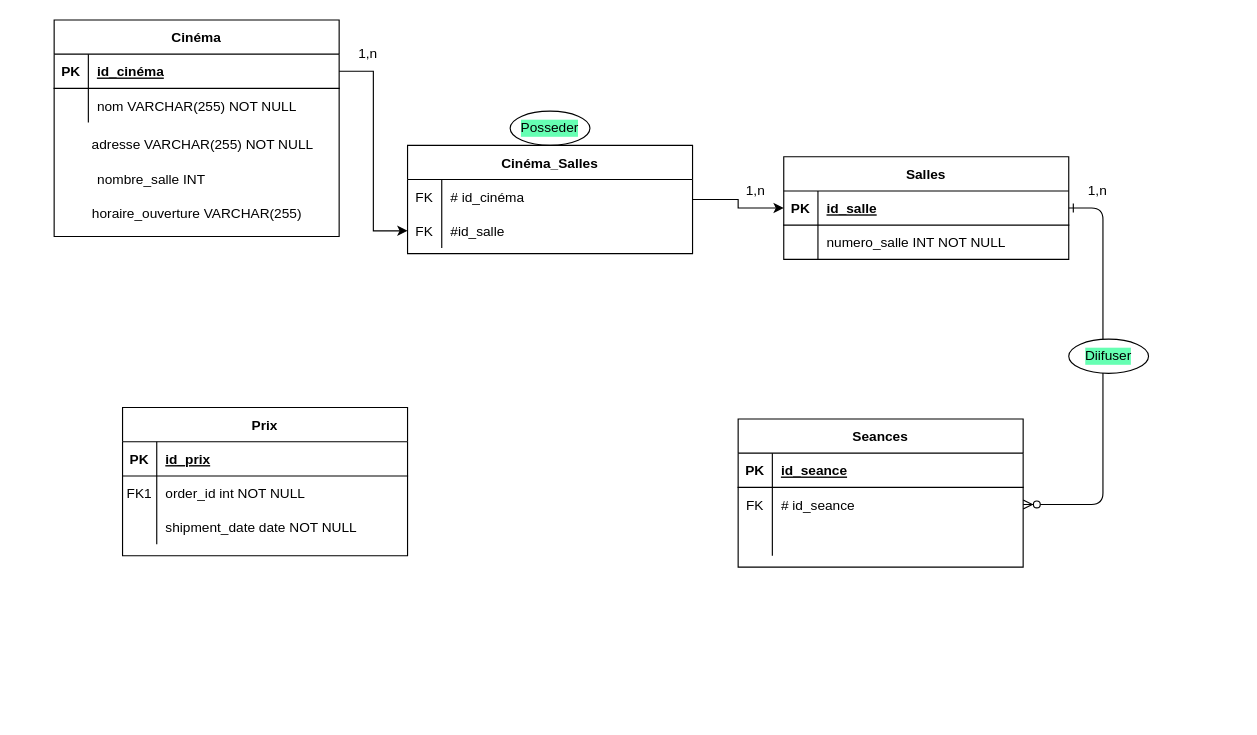
The draw.io diagram Untitled Diagram.drawio in DumeGrisoni/Base_de_donnees_Cinema, before the edit. Source tidied: cells renumbered, new cells numbered last; positions are measured from the earlier drawing's top-left corner, leaving out a move shared by most shapes. Both pictures are drawn from the tidied source at 114%, with x=0, y=0 at pixel (54, 19).
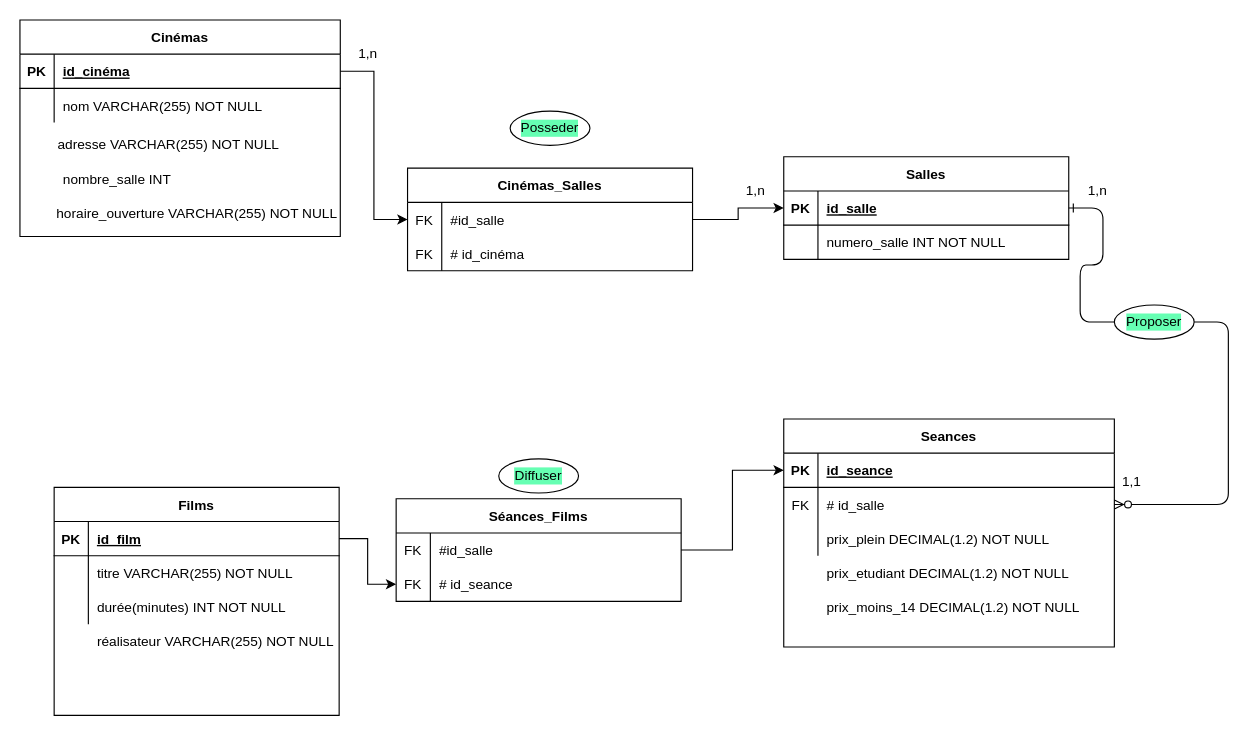
Above is the later version.

Unchanged cells that the change refers to:
```xml
<mxCell id="4" style="shape=partialRectangle;fillColor=none;points=[[0,0.5],[1,0.5]];portConstraint=eastwest;top=0;left=0;right=0;bottom=1;" parent="3" vertex="1">
  <mxGeometry y="30" width="250" height="30" as="geometry" />
</mxCell>
<mxCell id="28" style="shape=partialRectangle;fillColor=none;points=[[0,0.5],[1,0.5]];portConstraint=eastwest;top=0;left=0;right=0;bottom=1;" parent="27" vertex="1">
  <mxGeometry y="30" width="250" height="30" as="geometry" />
</mxCell>
<mxCell id="31" style="shape=partialRectangle;fillColor=none;top=0;left=0;right=0;bottom=0;" parent="27" vertex="1">
  <mxGeometry y="60" width="250" height="30" as="geometry" />
</mxCell>
<mxCell id="34" style="shape=partialRectangle;fillColor=none;top=0;left=0;right=0;bottom=0;" parent="27" vertex="1">
  <mxGeometry y="90" width="250" height="30" as="geometry" />
</mxCell>
```

What changed in the source:
```diff
@@
-    <mxCell id="2" style="edgeStyle=entityRelationEdgeStyle;endArrow=ERzeroToMany;startArrow=ERone;endFill=1;startFill=0;" parent="1" edge="1" source="4" target="14">
+    <mxCell id="2" style="edgeStyle=entityRelationEdgeStyle;endArrow=ERzeroToMany;startArrow=none;endFill=1;startFill=0;" parent="1" edge="1" source="67" target="14">
       <mxGeometry relative="1" as="geometry" />
     </mxCell>
@@
     <mxCell id="10" value="Seances" style="shape=table;startSize=30;childLayout=tableLayout;rowLines=0;fontStyle=1;align=center;" parent="1" vertex="1">
-      <mxGeometry x="600" y="350" width="250" height="130" as="geometry" />
+      <mxGeometry x="640" y="350" width="290" height="200" as="geometry" />
     </mxCell>
     <mxCell id="11" style="shape=partialRectangle;fillColor=none;points=[[0,0.5],[1,0.5]];portConstraint=eastwest;top=0;left=0;right=0;bottom=1;" parent="10" vertex="1">
-      <mxGeometry y="30" width="250" height="30" as="geometry" />
+      <mxGeometry y="30" width="290" height="30" as="geometry" />
     </mxCell>
@@
     <mxCell id="13" value="id_seance" style="shape=partialRectangle;overflow=hidden;fillColor=none;top=0;left=0;bottom=0;right=0;align=left;spacingLeft=6;fontStyle=5;" parent="11" vertex="1">
-      <mxGeometry x="30" width="220" height="30" as="geometry" />
+      <mxGeometry x="30" width="260" height="30" as="geometry" />
     </mxCell>
     <mxCell id="14" style="shape=partialRectangle;fillColor=none;points=[[0,0.5],[1,0.5]];portConstraint=eastwest;top=0;left=0;right=0;bottom=0;" parent="10" vertex="1">
-      <mxGeometry y="60" width="250" height="30" as="geometry" />
+      <mxGeometry y="60" width="290" height="30" as="geometry" />
     </mxCell>
@@
-    <mxCell id="16" value="# id_seance" style="shape=partialRectangle;overflow=hidden;fillColor=none;top=0;left=0;bottom=0;right=0;align=left;spacingLeft=6;" parent="14" vertex="1">
-      <mxGeometry x="30" width="220" height="30" as="geometry" />
+    <mxCell id="16" value="# id_salle" style="shape=partialRectangle;overflow=hidden;fillColor=none;top=0;left=0;bottom=0;right=0;align=left;spacingLeft=6;" parent="14" vertex="1">
+      <mxGeometry x="30" width="260" height="30" as="geometry" />
     </mxCell>
     <mxCell id="17" style="shape=partialRectangle;fillColor=none;top=0;left=0;right=0;bottom=0;" parent="10" vertex="1">
-      <mxGeometry y="90" width="250" height="30" as="geometry" />
+      <mxGeometry y="90" width="290" height="30" as="geometry" />
     </mxCell>
@@
-    <mxCell id="19" style="shape=partialRectangle;overflow=hidden;fillColor=none;top=0;left=0;bottom=0;right=0;align=left;spacingLeft=6;" parent="17" vertex="1">
-      <mxGeometry x="30" width="220" height="30" as="geometry" />
+    <mxCell id="19" value="prix_plein DECIMAL(1.2) NOT NULL" style="shape=partialRectangle;overflow=hidden;fillColor=none;top=0;left=0;bottom=0;right=0;align=left;spacingLeft=6;" parent="17" vertex="1">
+      <mxGeometry x="30" width="260" height="30" as="geometry" />
     </mxCell>
-    <mxCell id="20" value="Cinéma" style="shape=table;startSize=30;childLayout=tableLayout;rowLines=0;fontStyle=1;align=center;" parent="1" vertex="1">
-      <mxGeometry width="250" height="190" as="geometry" />
+    <mxCell id="20" value="Cinémas" style="shape=table;startSize=30;childLayout=tableLayout;rowLines=0;fontStyle=1;align=center;" parent="1" vertex="1">
+      <mxGeometry x="-30" width="281" height="190" as="geometry" />
     </mxCell>
     <mxCell id="21" style="shape=partialRectangle;fillColor=none;points=[[0,0.5],[1,0.5]];portConstraint=eastwest;top=0;left=0;right=0;bottom=1;" parent="20" vertex="1">
-      <mxGeometry y="30" width="250" height="30" as="geometry" />
+      <mxGeometry y="30" width="281" height="30" as="geometry" />
     </mxCell>
@@
     <mxCell id="23" value="id_cinéma" style="shape=partialRectangle;overflow=hidden;fillColor=none;top=0;left=0;bottom=0;right=0;align=left;spacingLeft=6;fontStyle=5;" parent="21" vertex="1">
-      <mxGeometry x="30" width="220" height="30" as="geometry" />
+      <mxGeometry x="30" width="251" height="30" as="geometry" />
     </mxCell>
     <mxCell id="24" style="shape=partialRectangle;fillColor=none;top=0;left=0;right=0;bottom=0;" parent="20" vertex="1">
-      <mxGeometry y="60" width="250" height="30" as="geometry" />
+      <mxGeometry y="60" width="281" height="30" as="geometry" />
     </mxCell>
@@
     <mxCell id="26" value="nom VARCHAR(255) NOT NULL" style="shape=partialRectangle;overflow=hidden;fillColor=none;top=0;left=0;bottom=0;right=0;align=left;spacingLeft=6;" parent="24" vertex="1">
-      <mxGeometry x="30" width="220" height="30" as="geometry" />
+      <mxGeometry x="30" width="251" height="30" as="geometry" />
     </mxCell>
-    <mxCell id="27" value="Prix" style="shape=table;startSize=30;childLayout=tableLayout;rowLines=0;fontStyle=1;align=center;" parent="1" vertex="1">
-      <mxGeometry x="60" y="340" width="250" height="130" as="geometry" />
+    <mxCell id="27" value="Films" style="shape=table;startSize=30;childLayout=tableLayout;rowLines=0;fontStyle=1;align=center;" parent="1" vertex="1">
+      <mxGeometry y="410" width="250" height="200" as="geometry" />
     </mxCell>
@@
-    <mxCell id="30" value="id_prix" style="shape=partialRectangle;overflow=hidden;fillColor=none;top=0;left=0;bottom=0;right=0;align=left;spacingLeft=6;fontStyle=5;" parent="28" vertex="1">
+    <mxCell id="30" value="id_film" style="shape=partialRectangle;overflow=hidden;fillColor=none;top=0;left=0;bottom=0;right=0;align=left;spacingLeft=6;fontStyle=5;" parent="28" vertex="1">
       <mxGeometry x="30" width="220" height="30" as="geometry" />
     </mxCell>
@@
-    <mxCell id="32" value="FK1" style="shape=partialRectangle;overflow=hidden;fillColor=none;top=0;left=0;bottom=0;right=0;" parent="31" vertex="1">
+    <mxCell id="32" style="shape=partialRectangle;overflow=hidden;fillColor=none;top=0;left=0;bottom=0;right=0;" parent="31" vertex="1">
       <mxGeometry width="30" height="30" as="geometry" />
     </mxCell>
-    <mxCell id="33" value="order_id int NOT NULL" style="shape=partialRectangle;overflow=hidden;fillColor=none;top=0;left=0;bottom=0;right=0;align=left;spacingLeft=6;" parent="31" vertex="1">
+    <mxCell id="33" value="titre VARCHAR(255) NOT NULL" style="shape=partialRectangle;overflow=hidden;fillColor=none;top=0;left=0;bottom=0;right=0;align=left;spacingLeft=6;" parent="31" vertex="1">
       <mxGeometry x="30" width="220" height="30" as="geometry" />
     </mxCell>
@@
-    <mxCell id="36" value="shipment_date date NOT NULL" style="shape=partialRectangle;overflow=hidden;fillColor=none;top=0;left=0;bottom=0;right=0;align=left;spacingLeft=6;" parent="34" vertex="1">
+    <mxCell id="36" value="durée(minutes) INT NOT NULL" style="shape=partialRectangle;overflow=hidden;fillColor=none;top=0;left=0;bottom=0;right=0;align=left;spacingLeft=6;" parent="34" vertex="1">
       <mxGeometry x="30" width="220" height="30" as="geometry" />
     </mxCell>
@@
-    <mxCell id="42" value="Cinéma_Salles" style="shape=table;startSize=30;childLayout=tableLayout;rowLines=0;fontStyle=1;align=center;" parent="1" vertex="1">
-      <mxGeometry x="310" y="110" width="250" height="95" as="geometry" />
+    <mxCell id="42" value="Cinémas_Salles" style="shape=table;startSize=30;childLayout=tableLayout;rowLines=0;fontStyle=1;align=center;" parent="1" vertex="1">
+      <mxGeometry x="310" y="130" width="250" height="90" as="geometry" />
     </mxCell>
+    <mxCell id="46" style="shape=partialRectangle;fillColor=none;points=[[0,0.5],[1,0.5]];portConstraint=eastwest;top=0;left=0;right=0;bottom=0;" parent="42" vertex="1">
+      <mxGeometry y="30" width="250" height="30" as="geometry" />
+    </mxCell>
+    <mxCell id="47" value="FK" style="shape=partialRectangle;overflow=hidden;fillColor=none;top=0;left=0;bottom=0;right=0;" parent="46" vertex="1">
+      <mxGeometry width="30" height="30" as="geometry" />
+    </mxCell>
+    <mxCell id="48" value="#id_salle" style="shape=partialRectangle;overflow=hidden;fillColor=none;top=0;left=0;bottom=0;right=0;align=left;spacingLeft=6;" parent="46" vertex="1">
+      <mxGeometry x="30" width="220" height="30" as="geometry" />
+    </mxCell>
     <mxCell id="43" style="shape=partialRectangle;fillColor=none;top=0;left=0;right=0;bottom=0;" parent="42" vertex="1">
-      <mxGeometry y="30" width="250" height="30" as="geometry" />
+      <mxGeometry y="60" width="250" height="30" as="geometry" />
     </mxCell>
@@
-    <mxCell id="46" style="shape=partialRectangle;fillColor=none;points=[[0,0.5],[1,0.5]];portConstraint=eastwest;top=0;left=0;right=0;bottom=0;" parent="42" vertex="1">
-      <mxGeometry y="60" width="250" height="30" as="geometry" />
-    </mxCell>
-    <mxCell id="47" value="FK" style="shape=partialRectangle;overflow=hidden;fillColor=none;top=0;left=0;bottom=0;right=0;" parent="46" vertex="1">
-      <mxGeometry width="30" height="30" as="geometry" />
-    </mxCell>
-    <mxCell id="48" value="#id_salle" style="shape=partialRectangle;overflow=hidden;fillColor=none;top=0;left=0;bottom=0;right=0;align=left;spacingLeft=6;" parent="46" vertex="1">
-      <mxGeometry x="30" width="220" height="30" as="geometry" />
-    </mxCell>
@@
     <mxCell id="50" value="adresse VARCHAR(255) NOT NULL" style="text;html=1;align=center;verticalAlign=middle;strokeColor=none;fillColor=none;" parent="1" vertex="1">
-      <mxGeometry x="25" y="100" width="210" height="20" as="geometry" />
+      <mxGeometry x="-5" y="100" width="210" height="20" as="geometry" />
     </mxCell>
     <mxCell id="51" value="nombre_salle INT " style="text;html=1;align=center;verticalAlign=middle;strokeColor=none;fillColor=none;" parent="1" vertex="1">
-      <mxGeometry x="30" y="130" width="110" height="20" as="geometry" />
+      <mxGeometry y="130" width="110" height="20" as="geometry" />
     </mxCell>
-    <mxCell id="52" value="horaire_ouverture VARCHAR(255)" style="text;html=1;align=center;verticalAlign=middle;strokeColor=none;fillColor=none;" parent="1" vertex="1">
-      <mxGeometry x="25" y="160" width="200" height="20" as="geometry" />
+    <mxCell id="52" value="horaire_ouverture VARCHAR(255) NOT NULL" style="text;html=1;align=center;verticalAlign=middle;strokeColor=none;fillColor=none;" parent="1" vertex="1">
+      <mxGeometry x="-5" y="160" width="260" height="20" as="geometry" />
     </mxCell>
-    <mxCell id="53" value="Diifuser" style="ellipse;whiteSpace=wrap;html=1;labelBackgroundColor=#66FFB3;" parent="1" vertex="1">
-      <mxGeometry x="890" y="280" width="70" height="30" as="geometry" />
+    <mxCell id="53" value="Diffuser" style="ellipse;whiteSpace=wrap;html=1;labelBackgroundColor=#66FFB3;" parent="1" vertex="1">
+      <mxGeometry x="390" y="385" width="70" height="30" as="geometry" />
     </mxCell>
@@
+    <mxCell id="55" value="prix_etudiant DECIMAL(1.2) NOT NULL" style="shape=partialRectangle;overflow=hidden;fillColor=none;top=0;left=0;bottom=0;right=0;align=left;spacingLeft=6;" parent="1" vertex="1">
+      <mxGeometry x="670" y="470" width="220" height="30" as="geometry" />
+    </mxCell>
+    <mxCell id="56" value="prix_moins_14 DECIMAL(1.2) NOT NULL" style="shape=partialRectangle;overflow=hidden;fillColor=none;top=0;left=0;bottom=0;right=0;align=left;spacingLeft=6;" parent="1" vertex="1">
+      <mxGeometry x="670" y="500" width="240" height="30" as="geometry" />
+    </mxCell>
+    <mxCell id="57" value="Séances_Films" style="shape=table;startSize=30;childLayout=tableLayout;rowLines=0;fontStyle=1;align=center;" parent="1" vertex="1">
+      <mxGeometry x="300" y="420" width="250" height="90" as="geometry" />
+    </mxCell>
+    <mxCell id="58" style="shape=partialRectangle;fillColor=none;points=[[0,0.5],[1,0.5]];portConstraint=eastwest;top=0;left=0;right=0;bottom=0;" parent="57" vertex="1">
+      <mxGeometry y="30" width="250" height="30" as="geometry" />
+    </mxCell>
+    <mxCell id="59" value="FK" style="shape=partialRectangle;overflow=hidden;fillColor=none;top=0;left=0;bottom=0;right=0;" parent="58" vertex="1">
+      <mxGeometry width="30" height="30" as="geometry" />
+    </mxCell>
+    <mxCell id="60" value="#id_salle" style="shape=partialRectangle;overflow=hidden;fillColor=none;top=0;left=0;bottom=0;right=0;align=left;spacingLeft=6;" parent="58" vertex="1">
+      <mxGeometry x="30" width="220" height="30" as="geometry" />
+    </mxCell>
+    <mxCell id="61" style="shape=partialRectangle;fillColor=none;points=[[0,0.5],[1,0.5]];portConstraint=eastwest;top=0;left=0;right=0;bottom=0;" parent="57" vertex="1">
+      <mxGeometry y="60" width="250" height="30" as="geometry" />
+    </mxCell>
+    <mxCell id="62" value="FK" style="shape=partialRectangle;overflow=hidden;fillColor=none;top=0;left=0;bottom=0;right=0;" parent="61" vertex="1">
+      <mxGeometry width="30" height="30" as="geometry" />
+    </mxCell>
+    <mxCell id="63" value="# id_seance" style="shape=partialRectangle;overflow=hidden;fillColor=none;top=0;left=0;bottom=0;right=0;align=left;spacingLeft=6;" parent="61" vertex="1">
+      <mxGeometry x="30" width="220" height="30" as="geometry" />
+    </mxCell>
+    <mxCell id="64" style="edgeStyle=orthogonalEdgeStyle;rounded=0;jettySize=auto;html=1;exitX=1;exitY=0.5;exitDx=0;exitDy=0;entryX=0;entryY=0.5;entryDx=0;entryDy=0;" parent="1" edge="1" source="28" target="61">
+      <mxGeometry relative="1" as="geometry" />
+    </mxCell>
+    <mxCell id="65" value="réalisateur VARCHAR(255) NOT NULL" style="shape=partialRectangle;overflow=hidden;fillColor=none;top=0;left=0;bottom=0;right=0;align=left;spacingLeft=6;" parent="1" vertex="1">
+      <mxGeometry x="30" y="530" width="220" height="30" as="geometry" />
+    </mxCell>
+    <mxCell id="66" style="edgeStyle=orthogonalEdgeStyle;rounded=0;jettySize=auto;html=1;exitX=1;exitY=0.5;exitDx=0;exitDy=0;" parent="1" edge="1" source="58" target="11">
+      <mxGeometry relative="1" as="geometry" />
+    </mxCell>
+    <mxCell id="67" value="Proposer" style="ellipse;whiteSpace=wrap;html=1;labelBackgroundColor=#66FFB3;" parent="1" vertex="1">
+      <mxGeometry x="930" y="250" width="70" height="30" as="geometry" />
+    </mxCell>
+    <mxCell id="68" style="edgeStyle=entityRelationEdgeStyle;endArrow=none;startArrow=ERone;endFill=1;startFill=0;" parent="1" edge="1" source="4" target="67">
+      <mxGeometry relative="1" as="geometry" />
+    </mxCell>
+    <mxCell id="69" value="1,1" style="text;html=1;align=center;verticalAlign=middle;strokeColor=none;fillColor=none;" parent="1" vertex="1">
+      <mxGeometry x="930" y="395" width="30" height="20" as="geometry" />
+    </mxCell>
```
